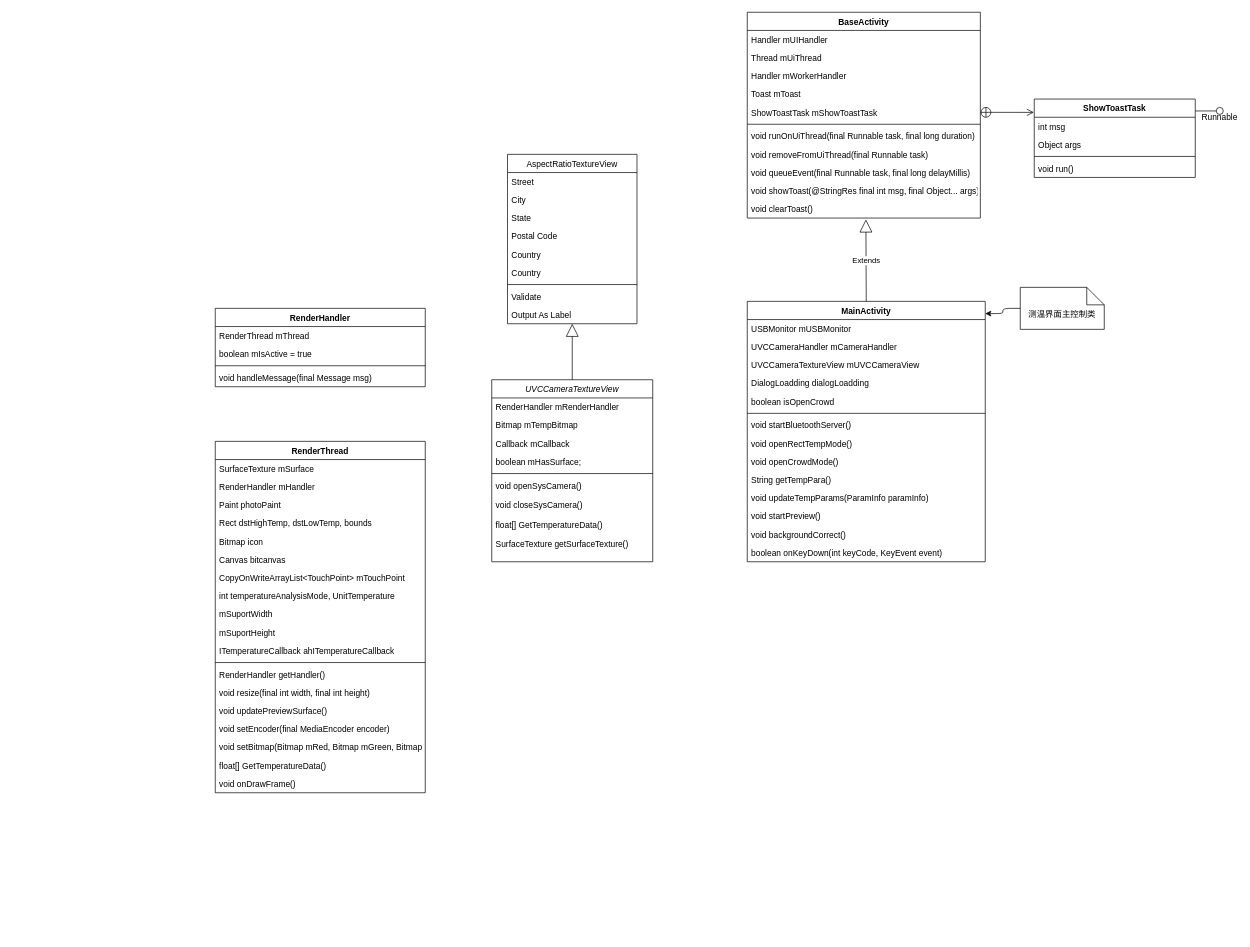
The draw.io diagram 测温组件类图.drawio in ColonelDarcy2018/excelsior, before the edit. Source tidied: cells renumbered, new cells numbered last; positions are measured from the earlier drawing's top-left corner, leaving out a move shared by most shapes. Both pictures are drawn from the tidied source at 70%, with x=0, y=0 at pixel (215, 12).
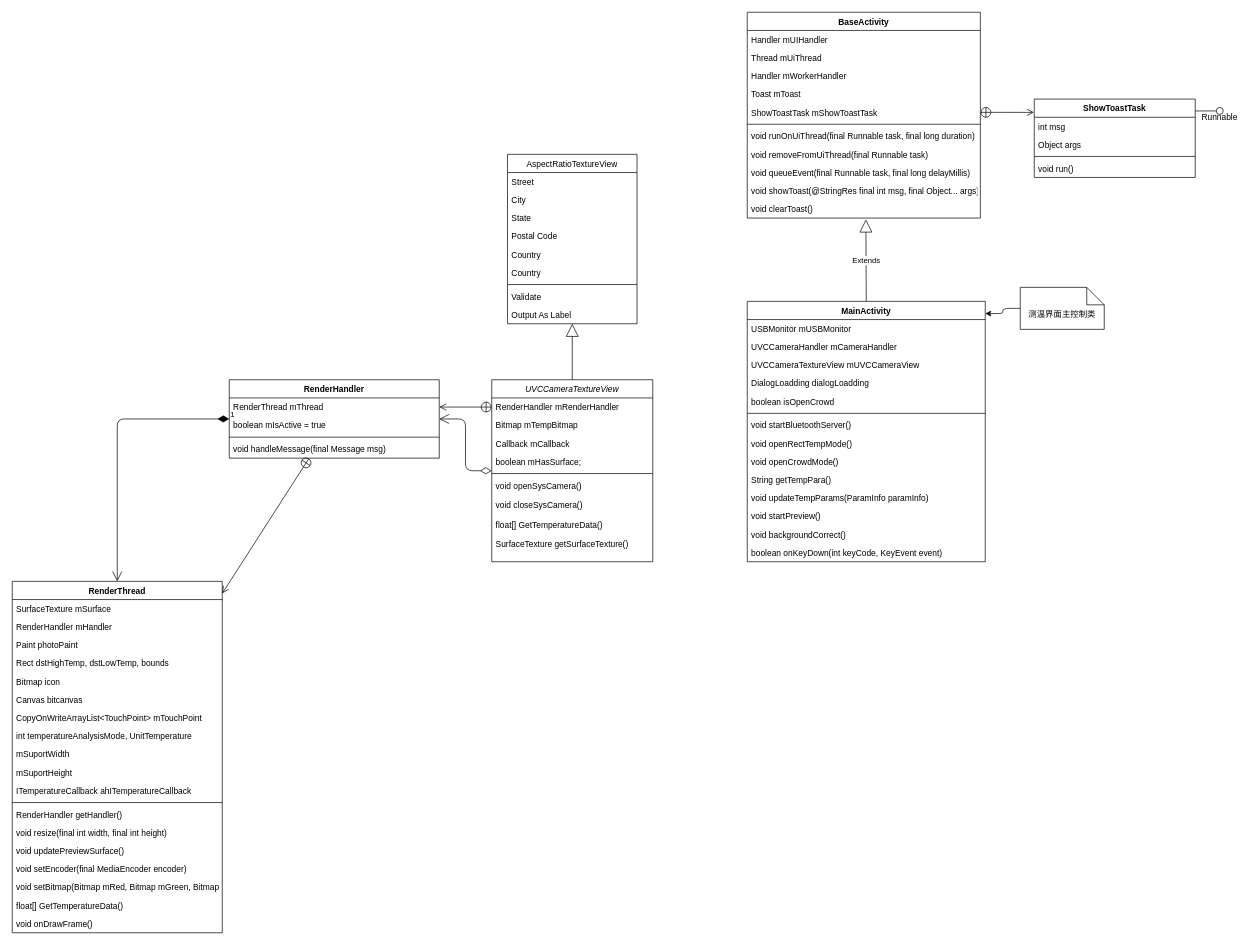
The same diagram, later.

Commit message (it also covers changes not shown here):
Update 测温组件类图.drawio

The change refers to these unchanged cells:
```xml
<mxCell id="2" value="UVCCameraTextureView" style="swimlane;fontStyle=2;align=center;verticalAlign=top;horizontal=1;startSize=26;rounded=0;shadow=0;strokeWidth=1;" parent="1" vertex="1">
  <mxGeometry x="395" y="525" width="230" height="260" as="geometry" />
</mxCell>
<mxCell id="3" value="RenderHandler mRenderHandler " style="text;align=left;verticalAlign=top;spacingLeft=4;spacingRight=4;overflow=hidden;points=[[0,0.5],[1,0.5]];portConstraint=eastwest;" parent="2" vertex="1">
  <mxGeometry y="26" width="230" height="26" as="geometry" />
</mxCell>
<mxCell id="62" value="RenderThread mThread" style="text;strokeColor=none;fillColor=none;align=left;verticalAlign=top;spacingLeft=4;spacingRight=4;overflow=hidden;points=[[0,0.5],[1,0.5]];portConstraint=eastwest;" parent="61" vertex="1">
  <mxGeometry y="26" width="300" height="26" as="geometry" />
</mxCell>
```

Change to the diagram source:
```diff
@@
     <mxCell id="61" value="RenderHandler" style="swimlane;fontStyle=1;align=center;verticalAlign=top;horizontal=1;startSize=26;rounded=0;sketch=0;" parent="1" vertex="1">
-      <mxGeometry y="423" width="300" height="112" as="geometry" />
+      <mxGeometry x="20" y="525" width="300" height="112" as="geometry" />
     </mxCell>
@@
     <mxCell id="66" value="RenderThread" style="swimlane;fontStyle=1;align=center;verticalAlign=top;horizontal=1;startSize=26;rounded=0;sketch=0;" parent="1" vertex="1">
-      <mxGeometry y="613" width="300" height="502" as="geometry" />
+      <mxGeometry x="-290" y="813" width="300" height="502" as="geometry" />
     </mxCell>
@@
+    <mxCell id="86" style="endArrow=open;startArrow=circlePlus;endFill=0;startFill=0;endSize=8;html=1;entryX=1;entryY=0.5;entryDx=0;entryDy=0;exitX=0;exitY=0.5;exitDx=0;exitDy=0;" parent="1" edge="1" source="3" target="62">
+      <mxGeometry relative="1" as="geometry" />
+    </mxCell>
+    <mxCell id="87" style="endArrow=open;startArrow=circlePlus;endFill=0;startFill=0;endSize=8;html=1;" parent="1" edge="1" source="61" target="66">
+      <mxGeometry relative="1" as="geometry" />
+    </mxCell>
+    <mxCell id="88" value="1" style="endArrow=open;html=1;endSize=12;startArrow=diamondThin;startSize=14;startFill=1;edgeStyle=orthogonalEdgeStyle;align=left;verticalAlign=bottom;" parent="1" edge="1" source="61" target="66">
+      <mxGeometry x="-1" y="3" relative="1" as="geometry" />
+    </mxCell>
+    <mxCell id="89" style="endArrow=open;html=1;endSize=12;startArrow=diamondThin;startSize=14;startFill=0;edgeStyle=orthogonalEdgeStyle;align=left;verticalAlign=bottom;" parent="1" edge="1" source="2" target="61">
+      <mxGeometry x="-1" y="3" relative="1" as="geometry" />
+    </mxCell>
```
